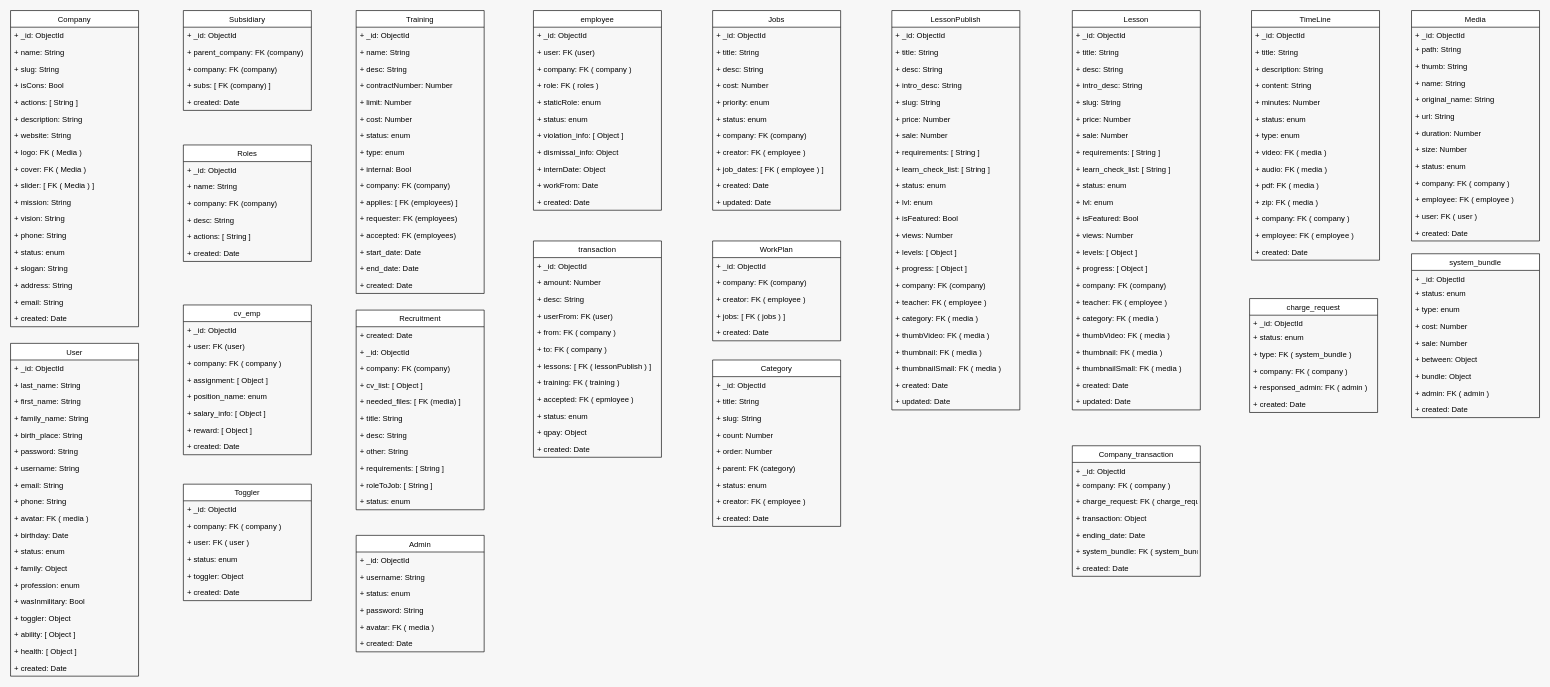
Earlier version of the draw.io diagram page "tables" (2 of 4) of hrx.drawio (dashka0212/drawio). Source tidied: cells renumbered, new cells numbered last; positions are measured from the earlier drawing's top-left corner, leaving out a move shared by most shapes. Both pictures are drawn from the tidied source at 64%, with x=0, y=0 at pixel (10, 10).
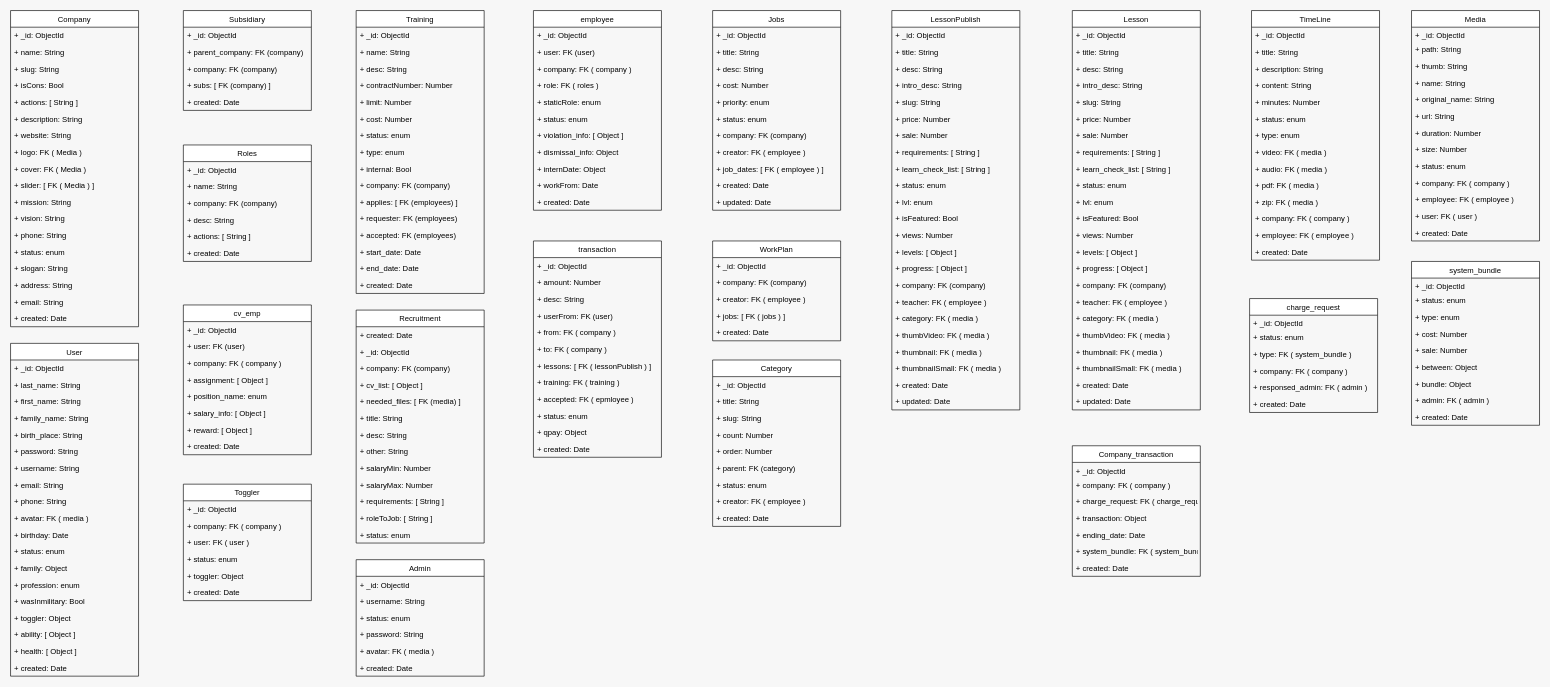
The same diagram, later.

What changed in the source:
```diff
@@
     <mxCell id="51" value="Recruitment" style="swimlane;fontStyle=0;horizontal=1;startSize=26;fillColor=#FFFFFF;fontColor=#050505;" parent="1" vertex="1">
-      <mxGeometry x="540" y="468" width="200" height="312" as="geometry" />
+      <mxGeometry x="540" y="468" width="200" height="364" as="geometry" />
     </mxCell>
@@
+    <mxCell id="261" value="+ salaryMin: Number" style="text;strokeColor=none;fillColor=none;align=left;verticalAlign=top;spacingLeft=4;spacingRight=4;overflow=hidden;" parent="51" vertex="1">
+      <mxGeometry y="234" width="200" height="26" as="geometry" />
+    </mxCell>
+    <mxCell id="262" value="+ salaryMax: Number" style="text;strokeColor=none;fillColor=none;align=left;verticalAlign=top;spacingLeft=4;spacingRight=4;overflow=hidden;" parent="51" vertex="1">
+      <mxGeometry y="260" width="200" height="26" as="geometry" />
+    </mxCell>
     <mxCell id="60" value="+ requirements: [ String ]" style="text;strokeColor=none;fillColor=none;align=left;verticalAlign=top;spacingLeft=4;spacingRight=4;overflow=hidden;" parent="51" vertex="1">
-      <mxGeometry y="234" width="200" height="26" as="geometry" />
+      <mxGeometry y="286" width="200" height="26" as="geometry" />
     </mxCell>
     <mxCell id="61" value="+ roleToJob: [ String ]" style="text;strokeColor=none;fillColor=none;align=left;verticalAlign=top;spacingLeft=4;spacingRight=4;overflow=hidden;" parent="51" vertex="1">
-      <mxGeometry y="260" width="200" height="26" as="geometry" />
+      <mxGeometry y="312" width="200" height="26" as="geometry" />
     </mxCell>
     <mxCell id="62" value="+ status: enum" style="text;strokeColor=none;fillColor=none;align=left;verticalAlign=top;spacingLeft=4;spacingRight=4;overflow=hidden;" parent="51" vertex="1">
-      <mxGeometry y="286" width="200" height="26" as="geometry" />
+      <mxGeometry y="338" width="200" height="26" as="geometry" />
     </mxCell>
@@
     <mxCell id="229" value="Admin" style="swimlane;fontStyle=0;horizontal=1;startSize=26;fillColor=#FFFFFF;fontColor=#050505;" parent="1" vertex="1">
-      <mxGeometry x="540" y="820" width="200" height="182" as="geometry" />
+      <mxGeometry x="540" y="858" width="200" height="182" as="geometry" />
     </mxCell>
@@
     <mxCell id="251" value="system_bundle" style="swimlane;fontStyle=0;horizontal=1;startSize=26;fillColor=#FFFFFF;fontColor=#050505;" parent="1" vertex="1">
-      <mxGeometry x="2189" y="380" width="200" height="256" as="geometry" />
+      <mxGeometry x="2189" y="392" width="200" height="256" as="geometry" />
     </mxCell>
```
